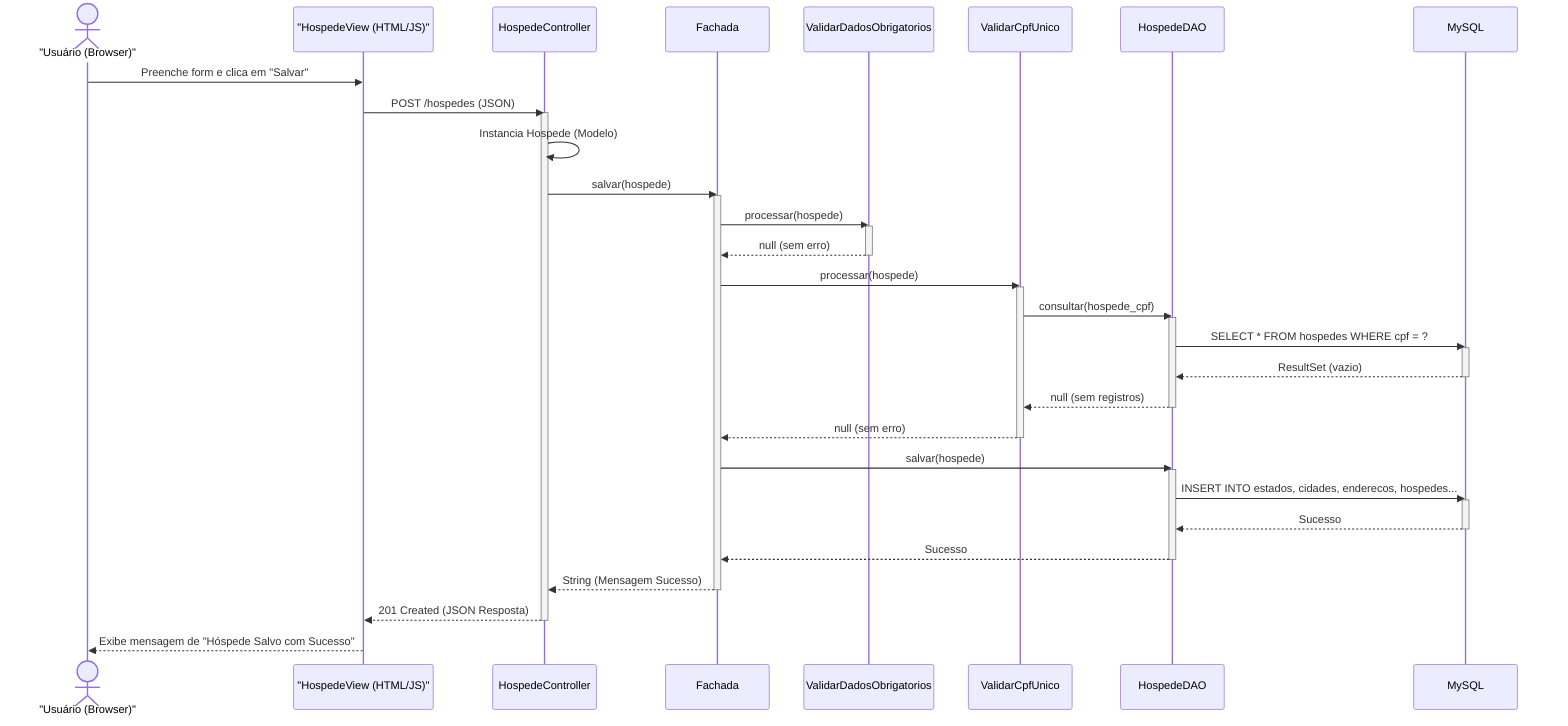
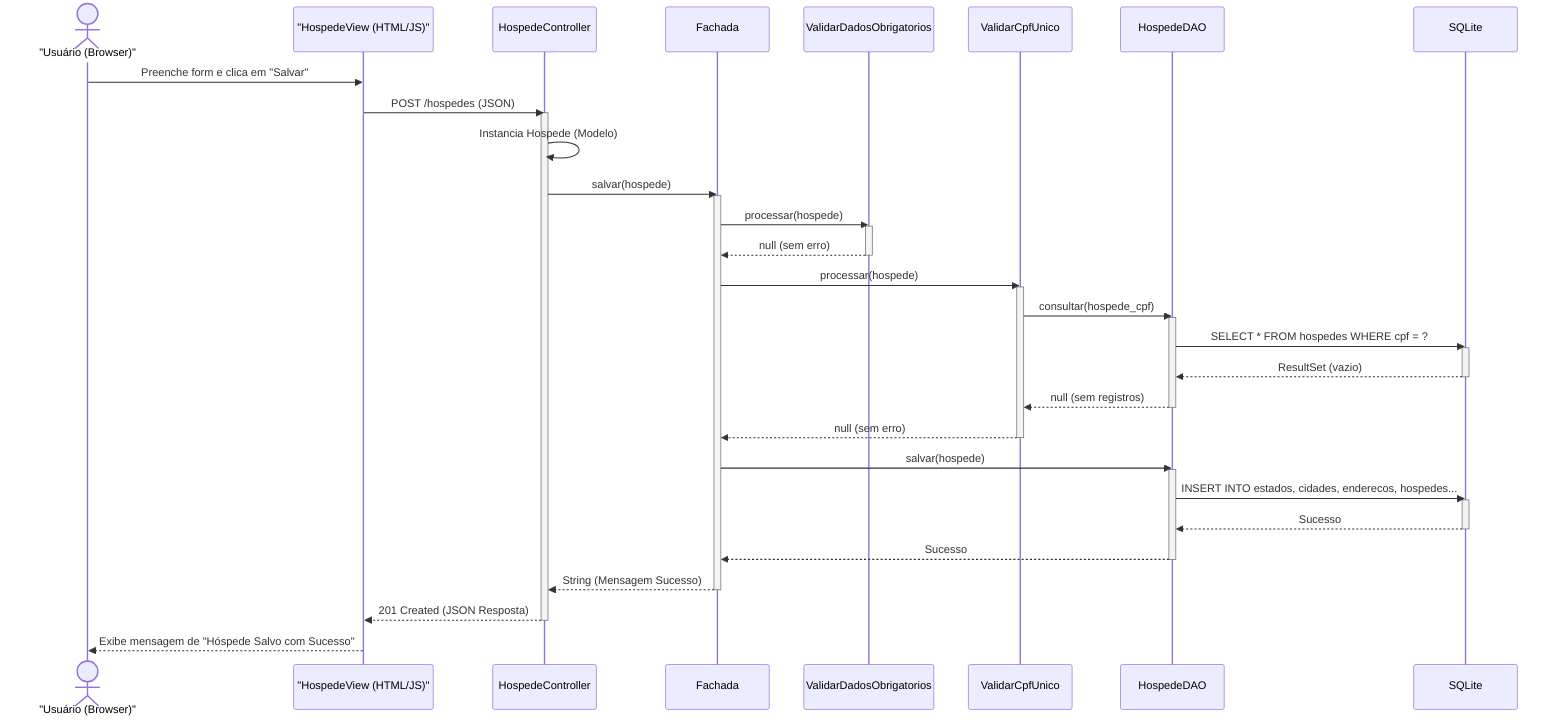
sequenceDiagram
    actor Cliente as "Usuário (Browser)"
    participant View as "HospedeView (HTML/JS)"
    participant Controller as HospedeController
    participant Facade as Fachada
    participant Strategy1 as ValidarDadosObrigatorios
    participant Strategy2 as ValidarCpfUnico
    participant DAO as HospedeDAO
-     participant DB as MySQL
+     participant DB as SQLite

    Cliente->>View: Preenche form e clica em "Salvar"
    View->>Controller: POST /hospedes (JSON)
    activate Controller

    Controller->>Controller: Instancia Hospede (Modelo)
    Controller->>Facade: salvar(hospede)
    activate Facade

    Facade->>Strategy1: processar(hospede)
    activate Strategy1
    Strategy1-->>Facade: null (sem erro)
    deactivate Strategy1

    Facade->>Strategy2: processar(hospede)
    activate Strategy2
    Strategy2->>DAO: consultar(hospede_cpf)
    activate DAO
    DAO->>DB: SELECT * FROM hospedes WHERE cpf = ?
    activate DB
    DB-->>DAO: ResultSet (vazio)
    deactivate DB
    DAO-->>Strategy2: null (sem registros)
    deactivate DAO
    Strategy2-->>Facade: null (sem erro)
    deactivate Strategy2

    Facade->>DAO: salvar(hospede)
    activate DAO
    DAO->>DB: INSERT INTO estados, cidades, enderecos, hospedes...
    activate DB
    DB-->>DAO: Sucesso
    deactivate DB
    DAO-->>Facade: Sucesso
    deactivate DAO

    Facade-->>Controller: String (Mensagem Sucesso)
    deactivate Facade

    Controller-->>View: 201 Created (JSON Resposta)
    deactivate Controller

    View-->>Cliente: Exibe mensagem de "Hóspede Salvo com Sucesso"
